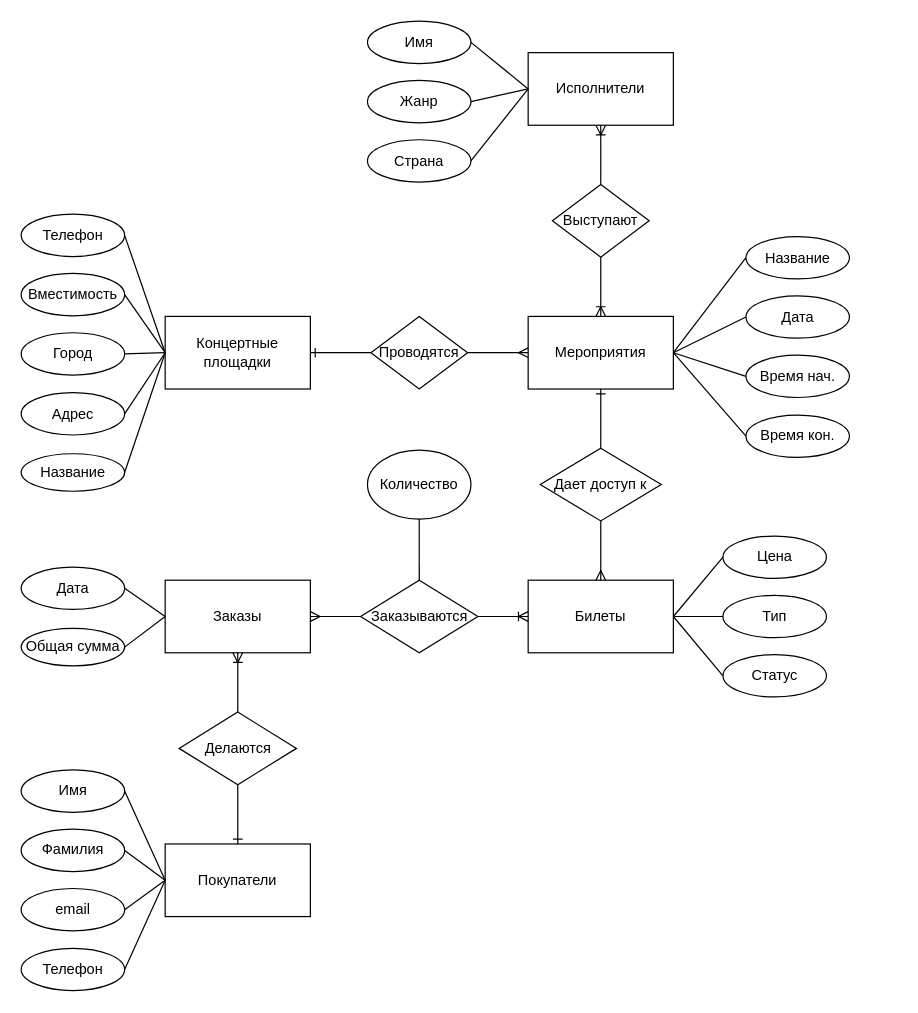
Earlier version of the draw.io diagram lab_01/diagram.drawio (pai0id/IU7_sem5_bd). Source tidied: cells renumbered, new cells numbered last; positions are measured from the earlier drawing's top-left corner, leaving out a move shared by most shapes. Both pictures are drawn from the tidied source at 121%, with x=0, y=0 at pixel (21, 21).
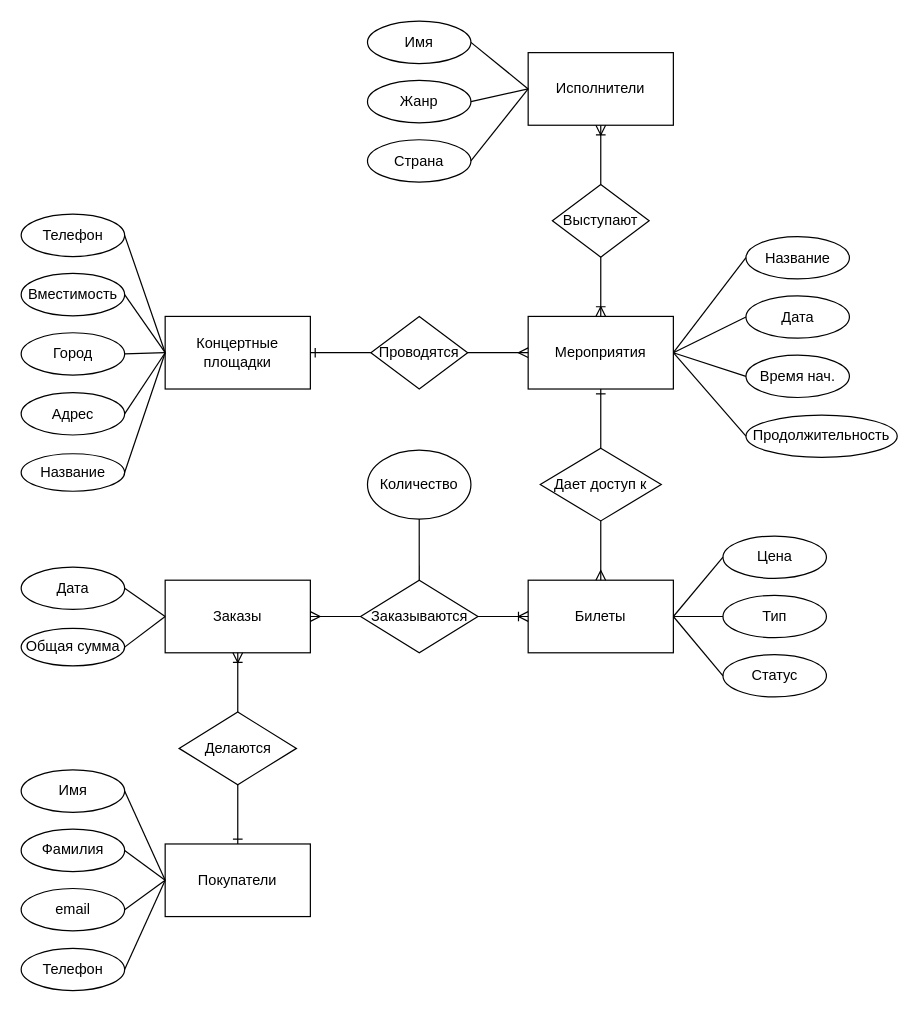
After the change.

Diff of the diagram source:
```diff
@@
-    <mxCell id="45" value="Время кон." style="ellipse;whiteSpace=wrap;html=1;strokeColor=#000000;fontColor=#000000;fillColor=none;" parent="1" vertex="1">
-      <mxGeometry x="599" y="325.5" width="85.5" height="35" as="geometry" />
+    <mxCell id="45" value="Продолжительность" style="ellipse;whiteSpace=wrap;html=1;strokeColor=#000000;fontColor=#000000;fillColor=none;" parent="1" vertex="1">
+      <mxGeometry x="599" y="325.5" width="125" height="35" as="geometry" />
     </mxCell>
```
